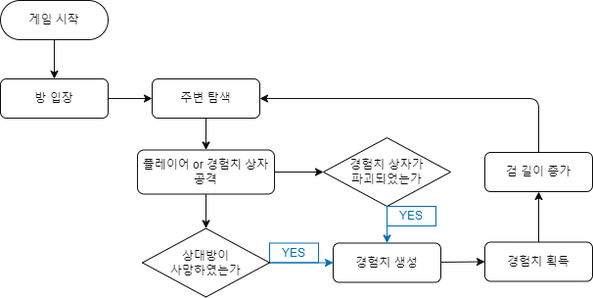
Earlier version of the draw.io export ETC/Flowchart/GameFlow_.png (Kiwi-Tanghulu/OhMySword). Source tidied: cells renumbered, new cells last; positions are measured from the earlier drawing's top-left corner, leaving out a move shared by most shapes.
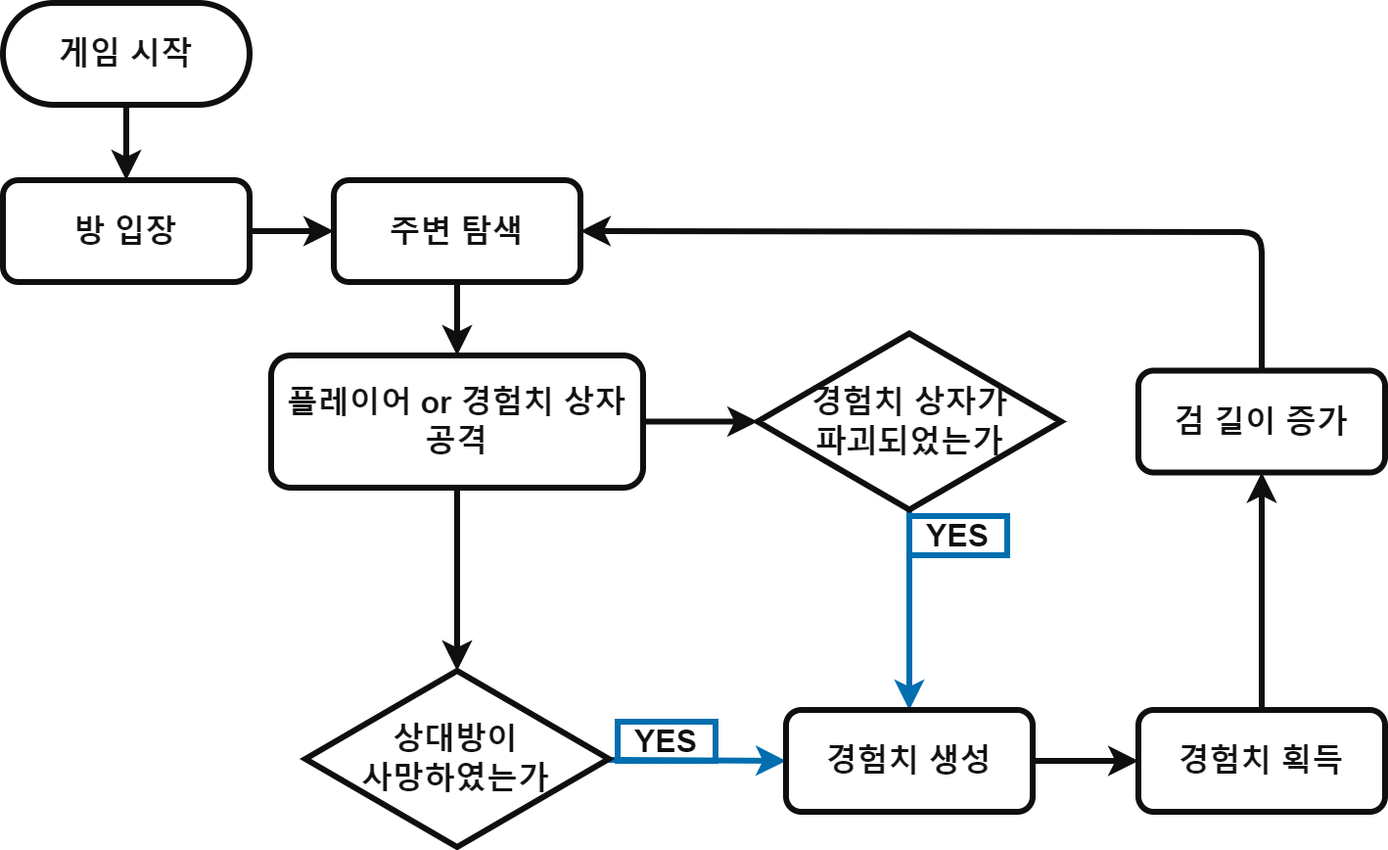
After the commit.

What changed in the source:
```diff
@@ -2,72 +2,72 @@
   <root>
     <mxCell id="0" />
     <mxCell id="1" parent="0" />
-    <mxCell id="2" style="edgeStyle=none;html=1;entryX=0.5;entryY=0;entryDx=0;entryDy=0;fontColor=#0D0D0D;strokeColor=#0D0D0D;" parent="1" edge="1" source="3" target="5">
+    <mxCell id="2" style="edgeStyle=none;html=1;entryX=0.5;entryY=0;entryDx=0;entryDy=0;fontColor=#121212;strokeColor=#0F0F0F;strokeWidth=3;fontSize=16;fontStyle=1;" parent="1" edge="1" source="3" target="5">
       <mxGeometry relative="1" as="geometry" />
     </mxCell>
-    <mxCell id="3" value="게임 시작" style="rounded=1;whiteSpace=wrap;html=1;arcSize=50;fontColor=#0D0D0D;fillColor=none;strokeColor=#0D0D0D;" parent="1" vertex="1">
-      <mxGeometry width="110" height="40" as="geometry" />
+    <mxCell id="3" value="게임 시작" style="rounded=1;whiteSpace=wrap;html=1;arcSize=50;fontColor=#121212;fillColor=none;strokeColor=#0F0F0F;strokeWidth=3;fontSize=16;fontStyle=1;" parent="1" vertex="1">
+      <mxGeometry x="-20" y="-20" width="126" height="52" as="geometry" />
     </mxCell>
-    <mxCell id="4" style="edgeStyle=none;html=1;entryX=0;entryY=0.5;entryDx=0;entryDy=0;strokeColor=#0D0D0D;fontColor=#0D0D0D;" parent="1" edge="1" source="5" target="22">
+    <mxCell id="4" style="edgeStyle=none;html=1;entryX=0;entryY=0.5;entryDx=0;entryDy=0;strokeWidth=3;fontSize=16;fontStyle=1;strokeColor=#0F0F0F;fontColor=#121212;" parent="1" edge="1" source="5" target="22">
       <mxGeometry relative="1" as="geometry" />
     </mxCell>
-    <mxCell id="5" value="방&amp;nbsp;입장" style="rounded=1;whiteSpace=wrap;html=1;fontColor=#0D0D0D;fillColor=none;strokeColor=#0D0D0D;" parent="1" vertex="1">
-      <mxGeometry y="80" width="110" height="40" as="geometry" />
+    <mxCell id="5" value="방&amp;nbsp;입장" style="rounded=1;whiteSpace=wrap;html=1;fontColor=#121212;fillColor=none;strokeColor=#0F0F0F;strokeWidth=3;fontSize=16;fontStyle=1;" parent="1" vertex="1">
+      <mxGeometry x="-20" y="70.5" width="126" height="52" as="geometry" />
     </mxCell>
-    <mxCell id="6" value="YES" style="text;html=1;strokeColor=#006EAF;fillColor=none;align=center;verticalAlign=middle;whiteSpace=wrap;rounded=0;fontColor=#006EAF;" parent="1" vertex="1">
-      <mxGeometry x="275" y="247.5" width="50" height="20" as="geometry" />
+    <mxCell id="6" value="YES" style="text;html=1;strokeColor=#006EAF;fillColor=none;align=center;verticalAlign=middle;whiteSpace=wrap;rounded=0;fontColor=#0F0F0F;strokeWidth=3;fontSize=16;fontStyle=1;" parent="1" vertex="1">
+      <mxGeometry x="294" y="347" width="50" height="20" as="geometry" />
     </mxCell>
-    <mxCell id="7" style="edgeStyle=none;html=1;entryX=0.5;entryY=0;entryDx=0;entryDy=0;strokeColor=#0D0D0D;fontColor=#0D0D0D;" parent="1" edge="1" source="9" target="13">
+    <mxCell id="7" style="edgeStyle=none;html=1;entryX=0.5;entryY=0;entryDx=0;entryDy=0;strokeWidth=3;fontSize=16;fontStyle=1;strokeColor=#0F0F0F;fontColor=#121212;" parent="1" edge="1" source="9" target="13">
       <mxGeometry relative="1" as="geometry" />
     </mxCell>
-    <mxCell id="8" style="edgeStyle=none;html=1;entryX=0;entryY=0.5;entryDx=0;entryDy=0;strokeColor=#0D0D0D;fontColor=#0D0D0D;" parent="1" edge="1" source="9" target="11">
+    <mxCell id="8" style="edgeStyle=none;html=1;entryX=0;entryY=0.5;entryDx=0;entryDy=0;strokeWidth=3;fontSize=16;fontStyle=1;strokeColor=#0F0F0F;fontColor=#121212;" parent="1" edge="1" source="9" target="11">
       <mxGeometry relative="1" as="geometry" />
     </mxCell>
-    <mxCell id="9" value="플레이어 or 경험치 상자&lt;br&gt;공격" style="rounded=1;whiteSpace=wrap;html=1;fontColor=#0D0D0D;fillColor=none;strokeColor=#0D0D0D;" parent="1" vertex="1">
-      <mxGeometry x="140" y="152.5" width="140" height="45" as="geometry" />
+    <mxCell id="9" value="플레이어 or 경험치 상자&lt;br style=&quot;font-size: 16px;&quot;&gt;공격" style="rounded=1;whiteSpace=wrap;html=1;fontColor=#121212;fillColor=none;strokeColor=#0F0F0F;strokeWidth=3;fontSize=16;fontStyle=1;" parent="1" vertex="1">
+      <mxGeometry x="117" y="160" width="190" height="67.5" as="geometry" />
     </mxCell>
-    <mxCell id="10" style="edgeStyle=none;html=1;entryX=0.5;entryY=0;entryDx=0;entryDy=0;fillColor=#1ba1e2;strokeColor=#006EAF;fontColor=#0D0D0D;" parent="1" edge="1" source="11" target="15">
+    <mxCell id="10" style="edgeStyle=none;html=1;entryX=0.5;entryY=0;entryDx=0;entryDy=0;fillColor=#1ba1e2;strokeColor=#006EAF;strokeWidth=3;fontSize=16;fontStyle=1;" parent="1" edge="1" source="11" target="15">
       <mxGeometry relative="1" as="geometry" />
     </mxCell>
-    <mxCell id="11" value="경험치 상자가 &lt;br&gt;파괴되었는가" style="rhombus;whiteSpace=wrap;html=1;fontColor=#0D0D0D;fillColor=none;strokeColor=#0D0D0D;" parent="1" vertex="1">
-      <mxGeometry x="330" y="140" width="130" height="70" as="geometry" />
+    <mxCell id="11" value="경험치 상자가 &lt;br style=&quot;font-size: 16px;&quot;&gt;파괴되었는가" style="rhombus;whiteSpace=wrap;html=1;fontColor=#121212;fillColor=none;strokeColor=#0F0F0F;strokeWidth=3;fontSize=16;fontStyle=1;" parent="1" vertex="1">
+      <mxGeometry x="365.5" y="148.8" width="155" height="90" as="geometry" />
     </mxCell>
-    <mxCell id="12" style="edgeStyle=none;html=1;entryX=0;entryY=0.5;entryDx=0;entryDy=0;fillColor=#1ba1e2;strokeColor=#006EAF;fontColor=#0D0D0D;" parent="1" edge="1" source="13" target="15">
+    <mxCell id="12" style="edgeStyle=none;html=1;entryX=0;entryY=0.5;entryDx=0;entryDy=0;fillColor=#1ba1e2;strokeColor=#006EAF;strokeWidth=3;fontSize=16;fontStyle=1;" parent="1" edge="1" source="13" target="15">
       <mxGeometry relative="1" as="geometry" />
     </mxCell>
-    <mxCell id="13" value="상대방이&lt;br&gt;사망하였는가" style="rhombus;whiteSpace=wrap;html=1;fontColor=#0D0D0D;fillColor=none;strokeColor=#0D0D0D;" parent="1" vertex="1">
-      <mxGeometry x="145" y="232.5" width="130" height="70" as="geometry" />
+    <mxCell id="13" value="상대방이&lt;br style=&quot;font-size: 16px;&quot;&gt;사망하였는가" style="rhombus;whiteSpace=wrap;html=1;fontColor=#121212;fillColor=none;strokeColor=#0F0F0F;strokeWidth=3;fontSize=16;fontStyle=1;" parent="1" vertex="1">
+      <mxGeometry x="134.5" y="321" width="155" height="90" as="geometry" />
     </mxCell>
-    <mxCell id="14" style="edgeStyle=none;html=1;entryX=0;entryY=0.5;entryDx=0;entryDy=0;strokeColor=#0D0D0D;fontColor=#0D0D0D;" parent="1" edge="1" source="15" target="18">
+    <mxCell id="14" style="edgeStyle=none;html=1;entryX=0;entryY=0.5;entryDx=0;entryDy=0;strokeWidth=3;fontSize=16;fontStyle=1;strokeColor=#0F0F0F;fontColor=#121212;" parent="1" edge="1" source="15" target="18">
       <mxGeometry relative="1" as="geometry" />
     </mxCell>
-    <mxCell id="15" value="경험치 생성" style="rounded=1;whiteSpace=wrap;html=1;fontColor=#0D0D0D;fillColor=none;strokeColor=#0D0D0D;" parent="1" vertex="1">
-      <mxGeometry x="340" y="247.5" width="110" height="40" as="geometry" />
+    <mxCell id="15" value="경험치 생성" style="rounded=1;whiteSpace=wrap;html=1;fontColor=#121212;fillColor=none;strokeColor=#0F0F0F;strokeWidth=3;fontSize=16;fontStyle=1;" parent="1" vertex="1">
+      <mxGeometry x="380" y="341" width="126" height="52" as="geometry" />
     </mxCell>
-    <mxCell id="16" value="YES" style="text;html=1;strokeColor=#006EAF;fillColor=none;align=center;verticalAlign=middle;whiteSpace=wrap;rounded=0;fontColor=#006EAF;" parent="1" vertex="1">
-      <mxGeometry x="395" y="210" width="50" height="20" as="geometry" />
+    <mxCell id="16" value="YES" style="text;html=1;strokeColor=#006EAF;fillColor=none;align=center;verticalAlign=middle;whiteSpace=wrap;rounded=0;fontColor=#0F0F0F;strokeWidth=3;fontSize=16;fontStyle=1;" parent="1" vertex="1">
+      <mxGeometry x="443" y="242" width="50" height="20" as="geometry" />
     </mxCell>
-    <mxCell id="17" style="edgeStyle=none;html=1;entryX=0.5;entryY=1;entryDx=0;entryDy=0;strokeColor=#0D0D0D;fontColor=#0D0D0D;" parent="1" edge="1" source="18" target="20">
+    <mxCell id="17" style="edgeStyle=none;html=1;entryX=0.5;entryY=1;entryDx=0;entryDy=0;strokeWidth=3;fontSize=16;fontStyle=1;strokeColor=#0F0F0F;fontColor=#121212;" parent="1" edge="1" source="18" target="20">
       <mxGeometry relative="1" as="geometry" />
     </mxCell>
-    <mxCell id="18" value="경험치 획득" style="rounded=1;whiteSpace=wrap;html=1;fontColor=#0D0D0D;fillColor=none;strokeColor=#0D0D0D;" parent="1" vertex="1">
-      <mxGeometry x="495" y="246.5" width="110" height="40" as="geometry" />
+    <mxCell id="18" value="경험치 획득" style="rounded=1;whiteSpace=wrap;html=1;fontColor=#121212;fillColor=none;strokeColor=#0F0F0F;strokeWidth=3;fontSize=16;fontStyle=1;" parent="1" vertex="1">
+      <mxGeometry x="560" y="341" width="126" height="52" as="geometry" />
     </mxCell>
-    <mxCell id="19" style="edgeStyle=none;html=1;entryX=1;entryY=0.5;entryDx=0;entryDy=0;strokeColor=#0D0D0D;fontColor=#0D0D0D;" parent="1" edge="1" source="20" target="22">
+    <mxCell id="19" style="edgeStyle=none;html=1;entryX=1;entryY=0.5;entryDx=0;entryDy=0;strokeWidth=3;fontSize=16;fontStyle=1;strokeColor=#0F0F0F;fontColor=#121212;" parent="1" edge="1" source="20" target="22">
       <mxGeometry relative="1" as="geometry">
         <Array as="points">
-          <mxPoint x="550" y="100" />
+          <mxPoint x="623" y="97" />
         </Array>
       </mxGeometry>
     </mxCell>
-    <mxCell id="20" value="검 길이 증가" style="rounded=1;whiteSpace=wrap;html=1;fontColor=#0D0D0D;fillColor=none;strokeColor=#0D0D0D;" parent="1" vertex="1">
-      <mxGeometry x="495" y="155" width="110" height="40" as="geometry" />
+    <mxCell id="20" value="검 길이 증가" style="rounded=1;whiteSpace=wrap;html=1;fontColor=#121212;fillColor=none;strokeColor=#0F0F0F;strokeWidth=3;fontSize=16;fontStyle=1;" parent="1" vertex="1">
+      <mxGeometry x="560" y="167.8" width="126" height="52" as="geometry" />
     </mxCell>
-    <mxCell id="21" style="edgeStyle=none;html=1;entryX=0.5;entryY=0;entryDx=0;entryDy=0;strokeColor=#0D0D0D;fontColor=#0D0D0D;" parent="1" edge="1" source="22" target="9">
+    <mxCell id="21" style="edgeStyle=none;html=1;entryX=0.5;entryY=0;entryDx=0;entryDy=0;strokeWidth=3;fontSize=16;fontStyle=1;strokeColor=#0F0F0F;fontColor=#121212;" parent="1" edge="1" source="22" target="9">
       <mxGeometry relative="1" as="geometry" />
     </mxCell>
-    <mxCell id="22" value="주변 탐색" style="rounded=1;whiteSpace=wrap;html=1;fontColor=#0D0D0D;fillColor=none;strokeColor=#0D0D0D;" parent="1" vertex="1">
-      <mxGeometry x="155" y="80" width="110" height="40" as="geometry" />
+    <mxCell id="22" value="주변 탐색" style="rounded=1;whiteSpace=wrap;html=1;fontColor=#121212;fillColor=none;strokeColor=#0F0F0F;strokeWidth=3;fontSize=16;fontStyle=1;" parent="1" vertex="1">
+      <mxGeometry x="149" y="70.5" width="126" height="52" as="geometry" />
     </mxCell>
   </root>
 </mxGraphModel>
```
